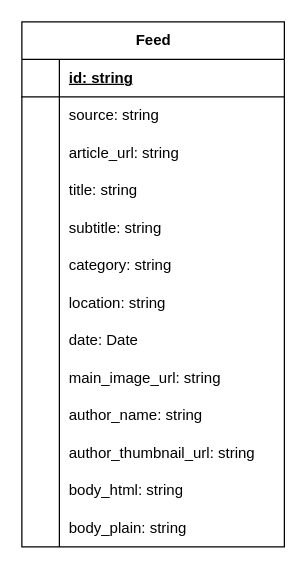
Before: page "Entity - Relation" (2 of 2) of docs/Diagrams.drawio in Agusfn/DailyTrends, a draw.io diagram. Source tidied: cells renumbered, new cells numbered last; positions are measured from the earlier drawing's top-left corner, leaving out a move shared by most shapes. Both pictures are drawn from the tidied source at 125%, with x=0, y=0 at pixel (21, 21).
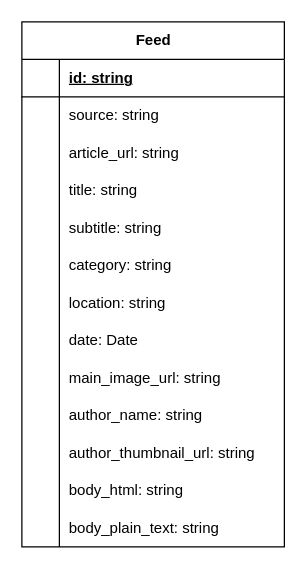
The same page after the edit.

The change refers to these unchanged cells:
```xml
<mxCell id="39" style="shape=tableRow;horizontal=0;startSize=0;swimlaneHead=0;swimlaneBody=0;fillColor=none;top=0;left=0;right=0;bottom=0;" parent="2" vertex="1">
  <mxGeometry y="390" width="210" height="30" as="geometry" />
</mxCell>
```

What changed in the source:
```diff
@@
-    <mxCell id="41" value="body_plain: string" style="shape=partialRectangle;fillColor=none;top=0;left=0;bottom=0;right=0;align=left;spacingLeft=6;overflow=hidden;whiteSpace=wrap;html=1;" parent="39" vertex="1">
+    <mxCell id="41" value="body_plain_text: string" style="shape=partialRectangle;fillColor=none;top=0;left=0;bottom=0;right=0;align=left;spacingLeft=6;overflow=hidden;whiteSpace=wrap;html=1;" parent="39" vertex="1">
       <mxGeometry x="30" width="180" height="30" as="geometry" />
     </mxCell>
```
